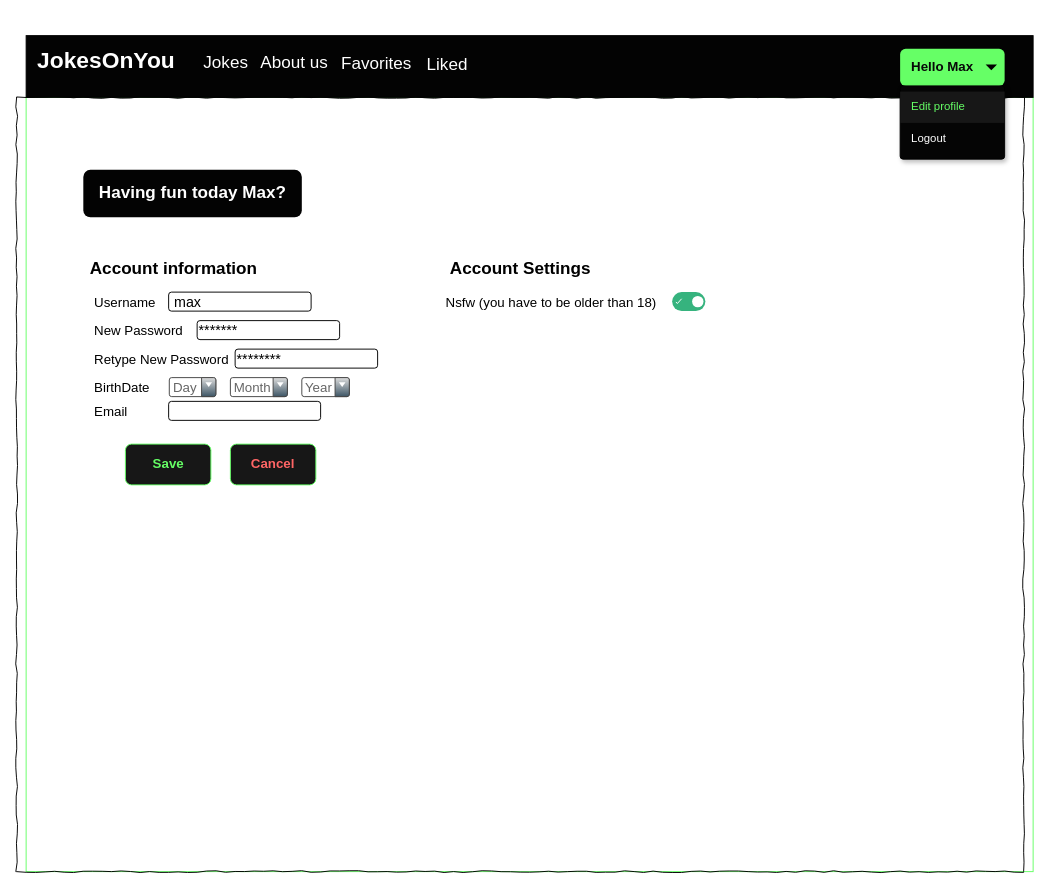
Code2Gether-Discord/JokesOnYou keeps this draw.io diagram as page "profile" (2 of 4) of Docs/Wireframes/jokesonyou.drawio. Above is the earlier version. Source tidied: cells renumbered, new cells numbered last; positions are measured from the earlier drawing's top-left corner, leaving out a move shared by most shapes. Both pictures are drawn from the tidied source at 95%, with x=0, y=0 at pixel (16, 35).
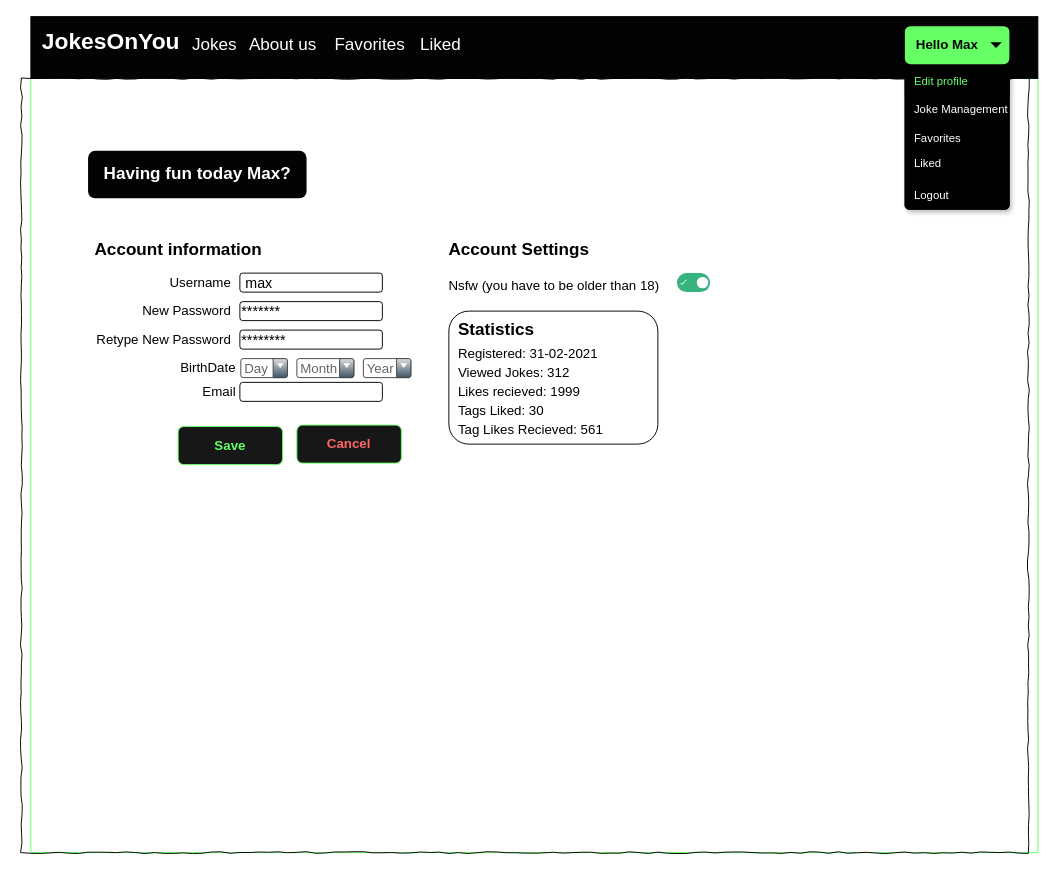
The same diagram, later.

Commit message (it also covers changes not shown here):
Edited a few of the wireframe pages to make the fields line up. Gave the jokes page a shot. failed

Diff of the diagram source:
```diff
@@
     <mxCell id="2" style="rounded=0;whiteSpace=wrap;html=1;strokeColor=#66FF66;fontFamily=Helvetica;fontSize=24;fontColor=#000000;fillColor=#FFFFFF;" parent="1" vertex="1">
-      <mxGeometry x="10" y="65" width="1060" height="815" as="geometry" />
+      <mxGeometry x="15" y="45" width="1060" height="815" as="geometry" />
     </mxCell>
     <mxCell id="3" style="whiteSpace=wrap;html=1;rounded=0;shadow=0;labelBackgroundColor=none;strokeWidth=1;fontFamily=Verdana;fontSize=12;fontColor=#000000;align=center;comic=1;fillColor=none;" parent="1" vertex="1">
-      <mxGeometry y="65" width="1060" height="815" as="geometry" />
+      <mxGeometry x="5" y="45" width="1060" height="815" as="geometry" />
     </mxCell>
     <mxCell id="4" style="rounded=0;whiteSpace=wrap;html=1;fontSize=24;fillColor=#030303;" parent="1" vertex="1">
-      <mxGeometry x="10" width="1060" height="65" as="geometry" />
+      <mxGeometry x="15" y="-20" width="1060" height="65" as="geometry" />
     </mxCell>
-    <mxCell id="5" value="&lt;font style=&quot;font-size: 18px&quot; color=&quot;#ffffff&quot;&gt;Jokes&lt;/font&gt;" style="text;html=1;align=left;verticalAlign=top;spacingTop=-4;fontSize=14;fontFamily=Helvetica;" parent="1" vertex="1">
-      <mxGeometry x="195" y="15.9" width="60" height="20" as="geometry" />
+    <mxCell id="5" value="&lt;font style=&quot;font-size: 18px&quot; color=&quot;#ffffff&quot;&gt;Jokes&lt;/font&gt;" style="text;html=1;align=left;verticalAlign=middle;spacingTop=0;fontSize=14;fontFamily=Helvetica;spacing=0;" parent="1" vertex="1">
+      <mxGeometry x="185" width="60" height="20" as="geometry" />
     </mxCell>
     <mxCell id="6" value="&lt;font color=&quot;#ffffff&quot;&gt;&lt;b&gt;JokesOnYou&lt;/b&gt;&lt;/font&gt;" style="text;html=1;align=left;verticalAlign=top;spacingTop=-4;fontSize=24;fontFamily=Helvetica;fontStyle=0;" parent="1" vertex="1">
-      <mxGeometry x="20" y="10" width="60" height="20" as="geometry" />
+      <mxGeometry x="25" y="-10" width="160" height="30" as="geometry" />
     </mxCell>
-    <mxCell id="7" value="&lt;font color=&quot;#ffffff&quot; style=&quot;font-size: 18px&quot;&gt;About us&lt;/font&gt;" style="text;html=1;align=left;verticalAlign=top;spacingTop=-4;fontSize=14;fontFamily=Helvetica;" parent="1" vertex="1">
-      <mxGeometry x="255" y="15.9" width="60" height="20" as="geometry" />
+    <mxCell id="7" value="&lt;font color=&quot;#ffffff&quot; style=&quot;font-size: 18px&quot;&gt;About us&lt;/font&gt;" style="text;html=1;align=left;verticalAlign=middle;spacingTop=0;fontSize=14;fontFamily=Helvetica;spacing=0;" parent="1" vertex="1">
+      <mxGeometry x="245" width="90" height="20" as="geometry" />
     </mxCell>
     <mxCell id="8" value="&lt;b style=&quot;color: rgb(8 , 8 , 8) ; font-size: 14px ; text-align: center&quot;&gt;Hello Max&lt;/b&gt;" style="rounded=1;strokeColor=none;html=1;fontColor=#ffffff;align=left;fontSize=12;spacingLeft=10;fillColor=#66FF66;" parent="1" vertex="1">
-      <mxGeometry x="930" y="13.9" width="110" height="39" as="geometry" />
+      <mxGeometry x="935" y="-10" width="110" height="40" as="geometry" />
     </mxCell>
@@
-    <mxCell id="10" style="rounded=1;shadow=1;html=1;arcSize=4;fontSize=15;fillColor=#050505;" parent="1" vertex="1">
-      <mxGeometry x="930" y="52.9" width="110" height="77.1" as="geometry" />
+    <mxCell id="10" style="rounded=1;shadow=1;html=1;arcSize=4;fontSize=15;fillColor=#000000;" parent="1" vertex="1">
+      <mxGeometry x="935" y="32.9" width="110" height="150" as="geometry" />
     </mxCell>
-    <mxCell id="11" value="&lt;font color=&quot;#66ff66&quot;&gt;Edit profile&lt;/font&gt;" style="rounded=0;strokeColor=none;shadow=0;html=1;align=left;fontSize=12;spacingLeft=10;fillColor=#171717;fontColor=#FFFFFF;" parent="10" vertex="1">
-      <mxGeometry width="110" height="33" relative="1" as="geometry">
-        <mxPoint y="6" as="offset" />
-      </mxGeometry>
+    <mxCell id="11" value="&lt;font color=&quot;#66ff66&quot;&gt;Edit profile&lt;/font&gt;" style="rounded=0;strokeColor=none;shadow=0;html=1;align=left;fontSize=12;spacingLeft=10;fontColor=#FFFFFF;spacing=0;fillColor=#000000;" parent="10" vertex="1">
+      <mxGeometry width="110" height="30" relative="1" as="geometry" />
     </mxCell>
-    <mxCell id="12" value="&lt;span style=&quot;color: rgb(255 , 255 , 255)&quot;&gt;Logout&lt;/span&gt;" style="rounded=0;fillColor=none;strokeColor=none;shadow=0;html=1;align=left;fontSize=12;spacingLeft=10;fontColor=#253858;" parent="10" vertex="1">
-      <mxGeometry width="110" height="33" relative="1" as="geometry">
-        <mxPoint y="39" as="offset" />
+    <mxCell id="12" value="&lt;span style=&quot;color: rgb(255 , 255 , 255)&quot;&gt;Logout&lt;/span&gt;" style="rounded=0;fillColor=none;strokeColor=none;shadow=0;html=1;align=left;fontSize=12;spacingLeft=10;fontColor=#253858;labelPosition=center;verticalLabelPosition=middle;verticalAlign=middle;spacing=0;" parent="10" vertex="1">
+      <mxGeometry width="110" height="30" relative="1" as="geometry">
+        <mxPoint y="120" as="offset" />
       </mxGeometry>
     </mxCell>
+    <mxCell id="37" value="&lt;span style=&quot;color: rgb(255 , 255 , 255)&quot;&gt;Favorites&lt;/span&gt;" style="rounded=0;fillColor=none;strokeColor=none;shadow=0;html=1;align=left;fontSize=12;spacingLeft=10;fontColor=#253858;labelPosition=center;verticalLabelPosition=middle;verticalAlign=middle;spacing=0;" parent="10" vertex="1">
+      <mxGeometry y="60" width="110" height="30" as="geometry" />
+    </mxCell>
+    <mxCell id="38" value="&lt;span style=&quot;color: rgb(255 , 255 , 255)&quot;&gt;Joke Management&lt;/span&gt;" style="rounded=0;fillColor=none;strokeColor=none;shadow=0;html=1;align=left;fontSize=12;spacingLeft=10;fontColor=#253858;labelPosition=center;verticalLabelPosition=middle;verticalAlign=middle;spacing=0;" parent="10" vertex="1">
+      <mxGeometry y="30" width="110" height="30" as="geometry" />
+    </mxCell>
+    <mxCell id="39" value="&lt;span style=&quot;color: rgb(255 , 255 , 255)&quot;&gt;Liked&lt;/span&gt;" style="rounded=0;fillColor=none;strokeColor=none;shadow=0;html=1;align=left;fontSize=12;spacingLeft=10;fontColor=#253858;labelPosition=center;verticalLabelPosition=middle;verticalAlign=middle;spacing=0;" parent="10" vertex="1">
+      <mxGeometry y="87.1" width="110" height="30" as="geometry" />
+    </mxCell>
-    <mxCell id="13" value="&lt;font color=&quot;#ffffff&quot; style=&quot;font-size: 18px&quot;&gt;Favorites&lt;/font&gt;" style="text;html=1;align=left;verticalAlign=top;spacingTop=-4;fontSize=14;fontFamily=Helvetica;" parent="1" vertex="1">
-      <mxGeometry x="340" y="16.9" width="60" height="20" as="geometry" />
+    <mxCell id="13" value="&lt;font color=&quot;#ffffff&quot; style=&quot;font-size: 18px&quot;&gt;Favorites&lt;/font&gt;" style="text;html=1;align=left;verticalAlign=middle;spacingTop=0;fontSize=14;fontFamily=Helvetica;spacing=0;" parent="1" vertex="1">
+      <mxGeometry x="335" width="90" height="20" as="geometry" />
     </mxCell>
-    <mxCell id="14" value="&lt;font color=&quot;#ffffff&quot; style=&quot;font-size: 18px&quot;&gt;Liked&amp;nbsp;&lt;/font&gt;" style="text;html=1;align=left;verticalAlign=top;spacingTop=-4;fontSize=14;fontFamily=Helvetica;" parent="1" vertex="1">
-      <mxGeometry x="430" y="17.9" width="60" height="20" as="geometry" />
+    <mxCell id="14" value="&lt;font color=&quot;#ffffff&quot; style=&quot;font-size: 18px&quot;&gt;Liked&amp;nbsp;&lt;/font&gt;" style="text;html=1;align=left;verticalAlign=middle;spacingTop=0;fontSize=14;fontFamily=Helvetica;spacing=0;" parent="1" vertex="1">
+      <mxGeometry x="425" width="60" height="20" as="geometry" />
     </mxCell>
-    <mxCell id="15" value="&lt;font&gt;Username&lt;/font&gt;" style="text;html=1;align=left;verticalAlign=top;spacingTop=-4;fontSize=14;fontFamily=Helvetica;" parent="1" vertex="1">
-      <mxGeometry x="80" y="270" width="60" height="20" as="geometry" />
+    <mxCell id="15" value="&lt;font&gt;Username&lt;/font&gt;" style="text;html=1;align=left;verticalAlign=middle;spacingTop=0;fontSize=14;fontFamily=Helvetica;labelPosition=right;verticalLabelPosition=middle;textDirection=rtl;spacing=0;" parent="1" vertex="1">
+      <mxGeometry x="160.2" y="250" width="64.8" height="20" as="geometry" />
     </mxCell>
     <mxCell id="16" value="&lt;font style=&quot;font-size: 15px&quot;&gt;&amp;nbsp;max&lt;/font&gt;" style="rounded=1;whiteSpace=wrap;html=1;fontSize=15;align=left;" parent="1" vertex="1">
-      <mxGeometry x="160" y="270" width="150" height="20" as="geometry" />
+      <mxGeometry x="235" y="250" width="150" height="20" as="geometry" />
     </mxCell>
     <mxCell id="17" style="rounded=1;whiteSpace=wrap;html=1;strokeWidth=2;fontSize=15;fontColor=#FFFFFF;fillColor=#030303;strokeColor=none;rotation=0;" parent="1" vertex="1">
-      <mxGeometry x="70.2" y="141.3" width="230" height="50" as="geometry" />
+      <mxGeometry x="75.2" y="121.3" width="230" height="50" as="geometry" />
     </mxCell>
     <mxCell id="18" value="&lt;b style=&quot;font-size: 18px&quot;&gt;Having fun today Max?&lt;/b&gt;" style="text;html=1;align=center;verticalAlign=middle;fontSize=18;fontColor=#FFFFFF;rotation=0;" parent="1" vertex="1">
-      <mxGeometry x="80" y="150" width="210" height="30" as="geometry" />
+      <mxGeometry x="85" y="130" width="210" height="30" as="geometry" />
     </mxCell>
-    <mxCell id="19" value="&lt;font&gt;BirthDate&lt;/font&gt;" style="text;html=1;align=left;verticalAlign=top;spacingTop=-4;fontSize=14;fontFamily=Helvetica;" parent="1" vertex="1">
-      <mxGeometry x="80" y="360" width="60" height="20" as="geometry" />
+    <mxCell id="19" value="&lt;font&gt;BirthDate&lt;/font&gt;" style="text;html=1;align=left;verticalAlign=middle;spacingTop=0;fontSize=14;fontFamily=Helvetica;labelPosition=right;verticalLabelPosition=middle;textDirection=rtl;spacing=0;" parent="1" vertex="1">
+      <mxGeometry x="135" y="340" width="95" height="20" as="geometry" />
     </mxCell>
     <mxCell id="20" value="&lt;b style=&quot;font-size: 18px&quot;&gt;&lt;font color=&quot;#000000&quot;&gt;Account information&lt;/font&gt;&lt;/b&gt;" style="text;html=1;align=center;verticalAlign=middle;fontSize=18;fontColor=#FFFFFF;" parent="1" vertex="1">
-      <mxGeometry x="70" y="230" width="190" height="30" as="geometry" />
+      <mxGeometry x="75" y="210" width="190" height="30" as="geometry" />
     </mxCell>
     <mxCell id="21" value="&lt;font style=&quot;font-size: 14px&quot;&gt;Day&lt;/font&gt;" style="strokeWidth=1;html=1;shadow=0;dashed=0;shape=mxgraph.ios.iComboBox;spacingTop=2;spacingLeft=2;align=left;strokeColor=#444444;fontColor=#666666;buttonText=;fontSize=8;fillColor=#dddddd;fillColor2=#3D5565;" parent="1" vertex="1">
-      <mxGeometry x="160.7" y="360" width="49" height="20" as="geometry" />
+      <mxGeometry x="236" y="340" width="49" height="20" as="geometry" />
     </mxCell>
     <mxCell id="22" value="&lt;font style=&quot;font-size: 14px&quot;&gt;Month&lt;/font&gt;" style="strokeWidth=1;html=1;shadow=0;dashed=0;shape=mxgraph.ios.iComboBox;spacingTop=2;spacingLeft=2;align=left;strokeColor=#444444;fontColor=#666666;buttonText=;fontSize=8;fillColor=#dddddd;fillColor2=#3D5565;" parent="1" vertex="1">
-      <mxGeometry x="225" y="360" width="60" height="20" as="geometry" />
+      <mxGeometry x="295" y="340" width="60" height="20" as="geometry" />
     </mxCell>
     <mxCell id="23" value="&lt;font style=&quot;font-size: 14px&quot;&gt;Year&lt;/font&gt;" style="strokeWidth=1;html=1;shadow=0;dashed=0;shape=mxgraph.ios.iComboBox;spacingTop=2;spacingLeft=2;align=left;strokeColor=#444444;fontColor=#666666;buttonText=;fontSize=8;fillColor=#dddddd;fillColor2=#3D5565;" parent="1" vertex="1">
-      <mxGeometry x="300.2" y="360" width="50" height="20" as="geometry" />
+      <mxGeometry x="365" y="340" width="50" height="20" as="geometry" />
     </mxCell>
     <mxCell id="24" value="&lt;span style=&quot;font-size: 14px&quot;&gt;&lt;b&gt;&lt;font color=&quot;#66ff66&quot;&gt;Save&lt;/font&gt;&lt;/b&gt;&lt;/span&gt;" style="rounded=1;html=1;shadow=0;dashed=0;whiteSpace=wrap;fontSize=10;align=center;strokeColor=#66FF66;fillColor=#171717;" parent="1" vertex="1">
-      <mxGeometry x="114.5" y="430" width="90" height="42.9" as="geometry" />
+      <mxGeometry x="170" y="411.5" width="110" height="40" as="geometry" />
     </mxCell>
     <mxCell id="25" value="&lt;font style=&quot;font-size: 14px&quot; color=&quot;#ff6666&quot;&gt;&lt;b&gt;Cancel&lt;/b&gt;&lt;/font&gt;" style="rounded=1;html=1;shadow=0;dashed=0;whiteSpace=wrap;fontSize=10;align=center;strokeColor=#66FF66;fillColor=#171717;" parent="1" vertex="1">
-      <mxGeometry x="225" y="430" width="90" height="42.9" as="geometry" />
+      <mxGeometry x="295" y="410" width="110" height="40" as="geometry" />
     </mxCell>
-    <mxCell id="26" value="&lt;font&gt;New Password&lt;/font&gt;" style="text;html=1;align=left;verticalAlign=top;spacingTop=-4;fontSize=14;fontFamily=Helvetica;" parent="1" vertex="1">
-      <mxGeometry x="80" y="300" width="60" height="20" as="geometry" />
+    <mxCell id="26" value="&lt;font&gt;New Password&lt;/font&gt;" style="text;html=1;align=left;verticalAlign=middle;spacingTop=0;fontSize=14;fontFamily=Helvetica;labelPosition=right;verticalLabelPosition=middle;textDirection=rtl;spacing=0;" parent="1" vertex="1">
+      <mxGeometry x="134.5" y="280" width="90.5" height="20" as="geometry" />
     </mxCell>
-    <mxCell id="27" value="&lt;font&gt;Retype New Password&lt;/font&gt;" style="text;html=1;align=left;verticalAlign=top;spacingTop=-4;fontSize=14;fontFamily=Helvetica;" parent="1" vertex="1">
-      <mxGeometry x="80" y="330" width="60" height="20" as="geometry" />
+    <mxCell id="27" value="&lt;font&gt;Retype New Password&lt;/font&gt;" style="text;html=1;align=left;verticalAlign=middle;spacingTop=0;fontSize=14;fontFamily=Helvetica;labelPosition=right;verticalLabelPosition=middle;textDirection=rtl;spacing=0;" parent="1" vertex="1">
+      <mxGeometry x="85" y="310" width="140" height="20" as="geometry" />
     </mxCell>
     <mxCell id="28" value="&lt;font style=&quot;font-size: 15px&quot;&gt;*******&lt;/font&gt;" style="rounded=1;whiteSpace=wrap;html=1;fontSize=15;align=left;" parent="1" vertex="1">
-      <mxGeometry x="190" y="300" width="150" height="20" as="geometry" />
+      <mxGeometry x="235" y="280" width="150" height="20" as="geometry" />
     </mxCell>
     <mxCell id="29" value="&lt;font style=&quot;font-size: 15px&quot;&gt;********&lt;/font&gt;" style="rounded=1;whiteSpace=wrap;html=1;fontSize=15;align=left;" parent="1" vertex="1">
-      <mxGeometry x="230" y="330" width="150" height="20" as="geometry" />
+      <mxGeometry x="235" y="310" width="150" height="20" as="geometry" />
     </mxCell>
-    <mxCell id="30" value="&lt;font&gt;Email&lt;/font&gt;" style="text;html=1;align=left;verticalAlign=top;spacingTop=-4;fontSize=14;fontFamily=Helvetica;" parent="1" vertex="1">
-      <mxGeometry x="80" y="385" width="60" height="20" as="geometry" />
+    <mxCell id="30" value="&lt;font&gt;Email&lt;/font&gt;" style="text;html=1;align=left;verticalAlign=middle;spacingTop=0;fontSize=14;fontFamily=Helvetica;labelPosition=right;verticalLabelPosition=middle;textDirection=rtl;spacing=0;" parent="1" vertex="1">
+      <mxGeometry x="170" y="365" width="60" height="20" as="geometry" />
     </mxCell>
     <mxCell id="31" style="rounded=1;whiteSpace=wrap;html=1;fontSize=24;" parent="1" vertex="1">
-      <mxGeometry x="160" y="385" width="160" height="20" as="geometry" />
+      <mxGeometry x="235" y="365" width="150" height="20" as="geometry" />
     </mxCell>
-    <mxCell id="32" value="&lt;font color=&quot;#000000&quot;&gt;&lt;b&gt;Account Settings&lt;/b&gt;&lt;/font&gt;" style="text;html=1;align=center;verticalAlign=middle;fontSize=18;fontColor=#FFFFFF;" parent="1" vertex="1">
-      <mxGeometry x="450" y="230" width="160" height="30" as="geometry" />
+    <mxCell id="32" value="&lt;font color=&quot;#000000&quot;&gt;&lt;b&gt;Account Settings&lt;/b&gt;&lt;/font&gt;" style="text;html=1;align=right;verticalAlign=middle;fontSize=18;fontColor=#FFFFFF;labelPosition=left;verticalLabelPosition=middle;textDirection=rtl;spacing=0;" parent="1" vertex="1">
+      <mxGeometry x="455" y="210" width="160" height="30" as="geometry" />
     </mxCell>
-    <mxCell id="33" value="&lt;font&gt;Nsfw (you have to be older than 18)&lt;/font&gt;" style="text;html=1;align=left;verticalAlign=top;spacingTop=-4;fontSize=14;fontFamily=Helvetica;" parent="1" vertex="1">
-      <mxGeometry x="450" y="270" width="60" height="20" as="geometry" />
+    <mxCell id="33" value="&lt;font&gt;Nsfw (you have to be older than 18)&lt;/font&gt;" style="text;html=1;align=left;verticalAlign=top;spacingTop=0;fontSize=14;fontFamily=Helvetica;spacing=0;" parent="1" vertex="1">
+      <mxGeometry x="455" y="250" width="230" height="20" as="geometry" />
     </mxCell>
     <mxCell id="34" style="fillColor=#36B37E;strokeColor=none;rounded=1;arcSize=50;fontSize=15;fontColor=#66FF66;" parent="1" vertex="1">
-      <mxGeometry x="690" y="270" width="35" height="20" as="geometry" />
+      <mxGeometry x="695" y="250" width="35" height="20" as="geometry" />
     </mxCell>
@@
+    <mxCell id="40" style="edgeStyle=orthogonalEdgeStyle;rounded=0;orthogonalLoop=1;jettySize=auto;html=1;exitX=0.5;exitY=1;exitDx=0;exitDy=0;" parent="1" edge="1" source="28" target="28">
+      <mxGeometry relative="1" as="geometry" />
+    </mxCell>
+    <mxCell id="41" style="rounded=1;whiteSpace=wrap;html=1;" parent="1" vertex="1">
+      <mxGeometry x="455" y="290" width="220" height="140" as="geometry" />
+    </mxCell>
+    <mxCell id="42" value="&lt;font&gt;Registered: 31-02-2021&lt;/font&gt;" style="text;html=1;align=right;verticalAlign=middle;spacingTop=0;fontSize=14;fontFamily=Helvetica;labelPosition=left;verticalLabelPosition=middle;spacing=0;textDirection=rtl;" parent="1" vertex="1">
+      <mxGeometry x="465" y="325" width="160" height="20" as="geometry" />
+    </mxCell>
+    <mxCell id="43" value="&lt;font&gt;Viewed Jokes: 312&lt;/font&gt;" style="text;html=1;align=right;verticalAlign=middle;spacingTop=0;fontSize=14;fontFamily=Helvetica;labelPosition=left;verticalLabelPosition=middle;spacing=0;textDirection=rtl;" parent="1" vertex="1">
+      <mxGeometry x="465" y="345" width="160" height="20" as="geometry" />
+    </mxCell>
+    <mxCell id="44" value="&lt;font&gt;Likes recieved: 1999&lt;br&gt;&lt;/font&gt;" style="text;html=1;align=right;verticalAlign=middle;spacingTop=0;fontSize=14;fontFamily=Helvetica;labelPosition=left;verticalLabelPosition=middle;spacing=0;textDirection=rtl;" parent="1" vertex="1">
+      <mxGeometry x="465" y="365" width="160" height="20" as="geometry" />
+    </mxCell>
+    <mxCell id="45" value="&lt;font&gt;Tags Liked: 30&lt;br&gt;&lt;/font&gt;" style="text;html=1;align=right;verticalAlign=middle;spacingTop=0;fontSize=14;fontFamily=Helvetica;labelPosition=left;verticalLabelPosition=middle;spacing=0;textDirection=rtl;" parent="1" vertex="1">
+      <mxGeometry x="465" y="385" width="160" height="20" as="geometry" />
+    </mxCell>
+    <mxCell id="46" value="&lt;font&gt;Tag Likes Recieved: 561&lt;br&gt;&lt;/font&gt;" style="text;html=1;align=right;verticalAlign=middle;spacingTop=0;fontSize=14;fontFamily=Helvetica;labelPosition=left;verticalLabelPosition=middle;spacing=0;textDirection=rtl;" parent="1" vertex="1">
+      <mxGeometry x="465" y="405" width="160" height="20" as="geometry" />
+    </mxCell>
+    <mxCell id="47" value="&lt;font color=&quot;#000000&quot;&gt;&lt;b&gt;Statistics&lt;br&gt;&lt;/b&gt;&lt;/font&gt;" style="text;html=1;align=right;verticalAlign=middle;fontSize=18;fontColor=#FFFFFF;labelPosition=left;verticalLabelPosition=middle;textDirection=rtl;spacing=0;" parent="1" vertex="1">
+      <mxGeometry x="465" y="295" width="100" height="30" as="geometry" />
+    </mxCell>
```
